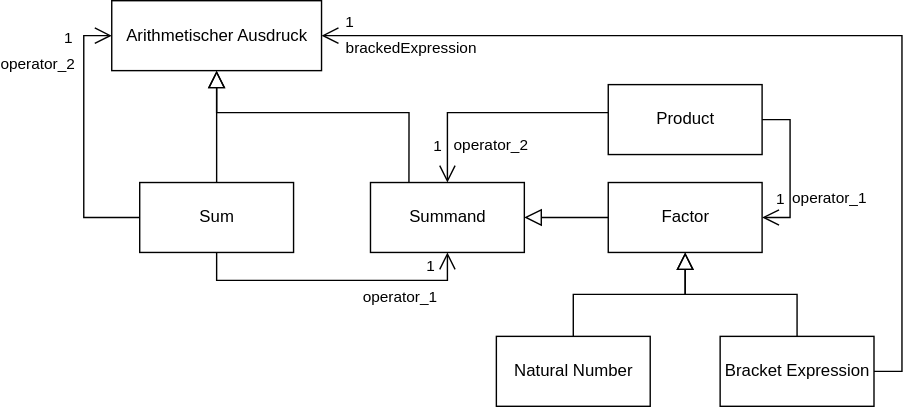
Above: documentation/woche_6/arithmetic(25a).svg in seb-kch/fhdw-arithmetisch (draw.io), before the change. Source tidied: cells renumbered, new cells last; positions are measured from the earlier drawing's top-left corner, leaving out a move shared by most shapes. The source it was exported from:
```xml
<mxGraphModel>
  <root>
    <mxCell id="0" />
    <mxCell id="1" parent="0" />
    <mxCell id="2" value="Arithmetischer Ausdruck" style="html=1;" parent="1" vertex="1">
      <mxGeometry width="150" height="50" as="geometry" />
    </mxCell>
    <mxCell id="3" style="edgeStyle=orthogonalEdgeStyle;rounded=0;jettySize=auto;html=1;endArrow=block;endFill=0;endSize=10;" parent="1" edge="1" source="4" target="11">
      <mxGeometry relative="1" as="geometry" />
    </mxCell>
    <mxCell id="4" value="Natural Number" style="html=1;" parent="1" vertex="1">
      <mxGeometry x="275" y="240" width="110" height="50" as="geometry" />
    </mxCell>
    <mxCell id="5" style="edgeStyle=orthogonalEdgeStyle;rounded=0;jettySize=auto;html=1;entryX=0.5;entryY=1;entryDx=0;entryDy=0;endArrow=block;endFill=0;endSize=10;" parent="1" edge="1" source="9" target="11">
      <mxGeometry relative="1" as="geometry" />
    </mxCell>
    <mxCell id="6" style="edgeStyle=orthogonalEdgeStyle;rounded=0;jettySize=auto;html=1;entryX=1;entryY=0.5;entryDx=0;entryDy=0;endArrow=open;endFill=0;endSize=10;exitX=1;exitY=0.5;exitDx=0;exitDy=0;" parent="1" edge="1" source="9" target="2">
      <mxGeometry relative="1" as="geometry" />
    </mxCell>
    <mxCell id="7" value="1" style="edgeLabel;html=1;align=center;verticalAlign=middle;" parent="6" vertex="1">
      <mxGeometry x="0.91" relative="1" as="geometry">
        <mxPoint x="-11" y="-10" as="offset" />
      </mxGeometry>
    </mxCell>
    <mxCell id="8" value="brackedExpression" style="edgeLabel;html=1;align=center;verticalAlign=middle;" parent="6" vertex="1">
      <mxGeometry x="0.89" y="3" relative="1" as="geometry">
        <mxPoint x="27" y="6" as="offset" />
      </mxGeometry>
    </mxCell>
    <mxCell id="9" value="Bracket Expression" style="html=1;" parent="1" vertex="1">
      <mxGeometry x="435" y="240" width="110" height="50" as="geometry" />
    </mxCell>
    <mxCell id="10" style="edgeStyle=orthogonalEdgeStyle;rounded=0;jettySize=auto;html=1;endArrow=block;endFill=0;endSize=10;" parent="1" edge="1" source="11" target="13">
      <mxGeometry relative="1" as="geometry" />
    </mxCell>
    <mxCell id="11" value="Factor" style="html=1;" parent="1" vertex="1">
      <mxGeometry x="355" y="130" width="110" height="50" as="geometry" />
    </mxCell>
    <mxCell id="12" style="edgeStyle=orthogonalEdgeStyle;rounded=0;jettySize=auto;html=1;exitX=0.25;exitY=0;exitDx=0;exitDy=0;endArrow=block;endFill=0;endSize=10;" parent="1" edge="1" source="13" target="2">
      <mxGeometry relative="1" as="geometry">
        <Array as="points">
          <mxPoint x="213" y="80" />
          <mxPoint x="75" y="80" />
        </Array>
      </mxGeometry>
    </mxCell>
    <mxCell id="13" value="Summand" style="html=1;" parent="1" vertex="1">
      <mxGeometry x="185" y="130" width="110" height="50" as="geometry" />
    </mxCell>
    <mxCell id="14" style="edgeStyle=orthogonalEdgeStyle;rounded=0;jettySize=auto;html=1;entryX=1;entryY=0.5;entryDx=0;entryDy=0;endArrow=open;endFill=0;endSize=10;exitX=1;exitY=0.5;exitDx=0;exitDy=0;" parent="1" edge="1" source="20" target="11">
      <mxGeometry relative="1" as="geometry" />
    </mxCell>
    <mxCell id="15" value="operator_1" style="edgeLabel;html=1;align=center;verticalAlign=middle;" parent="14" vertex="1">
      <mxGeometry x="0.18" y="2" relative="1" as="geometry">
        <mxPoint x="26" y="11" as="offset" />
      </mxGeometry>
    </mxCell>
    <mxCell id="16" value="1" style="edgeLabel;html=1;align=center;verticalAlign=middle;" parent="14" vertex="1">
      <mxGeometry x="0.42" relative="1" as="geometry">
        <mxPoint x="-7" y="-2" as="offset" />
      </mxGeometry>
    </mxCell>
    <mxCell id="17" style="edgeStyle=orthogonalEdgeStyle;rounded=0;jettySize=auto;html=1;entryX=0.5;entryY=0;entryDx=0;entryDy=0;endArrow=open;endFill=0;endSize=10;" parent="1" edge="1" source="20" target="13">
      <mxGeometry relative="1" as="geometry">
        <Array as="points">
          <mxPoint x="240" y="80" />
        </Array>
      </mxGeometry>
    </mxCell>
    <mxCell id="18" value="operator_2" style="edgeLabel;html=1;align=center;verticalAlign=middle;" parent="17" vertex="1">
      <mxGeometry x="0.05" y="-1" relative="1" as="geometry">
        <mxPoint x="3" y="24" as="offset" />
      </mxGeometry>
    </mxCell>
    <mxCell id="19" value="1" style="edgeLabel;html=1;align=center;verticalAlign=middle;" parent="17" vertex="1">
      <mxGeometry x="0.67" y="-1" relative="1" as="geometry">
        <mxPoint x="-6" as="offset" />
      </mxGeometry>
    </mxCell>
    <mxCell id="20" value="Product" style="html=1;" parent="1" vertex="1">
      <mxGeometry x="355" y="60" width="110" height="50" as="geometry" />
    </mxCell>
    <mxCell id="21" style="edgeStyle=orthogonalEdgeStyle;rounded=0;jettySize=auto;html=1;entryX=0.5;entryY=1;entryDx=0;entryDy=0;endArrow=open;endFill=0;endSize=10;exitX=0.5;exitY=1;exitDx=0;exitDy=0;" parent="1" edge="1" source="28" target="13">
      <mxGeometry relative="1" as="geometry" />
    </mxCell>
    <mxCell id="22" value="operator_1" style="edgeLabel;html=1;align=center;verticalAlign=middle;" parent="21" vertex="1">
      <mxGeometry x="0.34" y="-2" relative="1" as="geometry">
        <mxPoint x="13" y="10" as="offset" />
      </mxGeometry>
    </mxCell>
    <mxCell id="23" value="1" style="edgeLabel;html=1;align=center;verticalAlign=middle;" parent="21" vertex="1">
      <mxGeometry x="0.56" y="1" relative="1" as="geometry">
        <mxPoint x="13" y="-9" as="offset" />
      </mxGeometry>
    </mxCell>
    <mxCell id="24" style="edgeStyle=orthogonalEdgeStyle;rounded=0;jettySize=auto;html=1;entryX=0.5;entryY=1;entryDx=0;entryDy=0;endArrow=block;endFill=0;endSize=10;" parent="1" edge="1" source="28" target="2">
      <mxGeometry relative="1" as="geometry" />
    </mxCell>
    <mxCell id="25" style="edgeStyle=orthogonalEdgeStyle;rounded=0;jettySize=auto;html=1;entryX=0;entryY=0.5;entryDx=0;entryDy=0;endArrow=open;endFill=0;endSize=10;exitX=0;exitY=0.5;exitDx=0;exitDy=0;" parent="1" edge="1" source="28" target="2">
      <mxGeometry relative="1" as="geometry" />
    </mxCell>
    <mxCell id="26" value="operator_2" style="edgeLabel;html=1;align=center;verticalAlign=middle;" parent="25" vertex="1">
      <mxGeometry x="0.33" y="-1" relative="1" as="geometry">
        <mxPoint x="-34" y="-24" as="offset" />
      </mxGeometry>
    </mxCell>
    <mxCell id="27" value="1" style="edgeLabel;html=1;align=center;verticalAlign=middle;" parent="25" vertex="1">
      <mxGeometry x="0.03" y="1" relative="1" as="geometry">
        <mxPoint x="-10" y="-70" as="offset" />
      </mxGeometry>
    </mxCell>
    <mxCell id="28" value="Sum" style="html=1;" parent="1" vertex="1">
      <mxGeometry x="20" y="130" width="110" height="50" as="geometry" />
    </mxCell>
  </root>
</mxGraphModel>
```
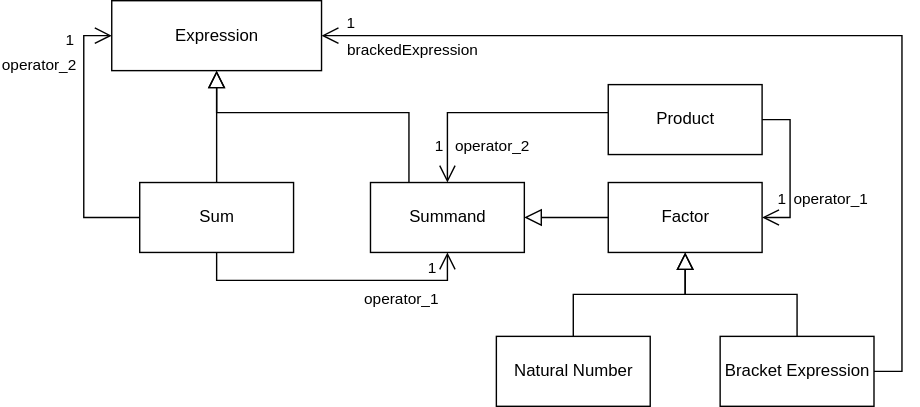
The same diagram one commit later.

What changed in the source:
```diff
@@ -2,7 +2,7 @@
   <root>
     <mxCell id="0" />
     <mxCell id="1" parent="0" />
-    <mxCell id="2" value="Arithmetischer Ausdruck" style="html=1;" parent="1" vertex="1">
+    <mxCell id="2" value="Expression" style="html=1;" parent="1" vertex="1">
       <mxGeometry width="150" height="50" as="geometry" />
     </mxCell>
     <mxCell id="3" style="edgeStyle=orthogonalEdgeStyle;rounded=0;jettySize=auto;html=1;endArrow=block;endFill=0;endSize=10;" parent="1" edge="1" source="4" target="11">
```
